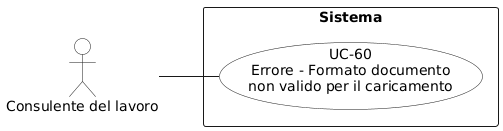
The PlantUML diagram RTB/Analisi dei Requisiti/diagrammi_use_case/UC-60.png in aLittleByte-19/Documentazione, before a commit.
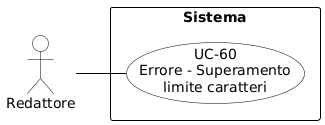
The same diagram one commit later.

What changed in the source:
```diff
@@ -1,14 +1,29 @@
 @startuml
+skinparam shadowing false
+skinparam defaultFontName Arial
 left to right direction
-skinparam packageStyle rectangle
-skinparam usecaseBackgroundColor White
-skinparam actorBackgroundColor White
+skinparam nodesep 15
+skinparam ranksep 50
 
-actor "Consulente del lavoro" as consulente
+skinparam usecase {
+    BackgroundColor white
+    BorderColor black
+    ArrowColor black
+}
+skinparam actor {
+    BackgroundColor white
+    BorderColor black
+}
+skinparam rectangle {
+    BorderColor black
+    FontStyle bold
+}
+
+actor "Redattore" as redattore
 
 rectangle "Sistema" {
-  usecase "UC-60\nErrore - Formato documento\nnon valido per il caricamento" as uc60
+    usecase "UC-60\nErrore - Superamento\nlimite caratteri" as UC60
 }
 
-consulente -- uc60
+redattore -- UC60
 @enduml
```
